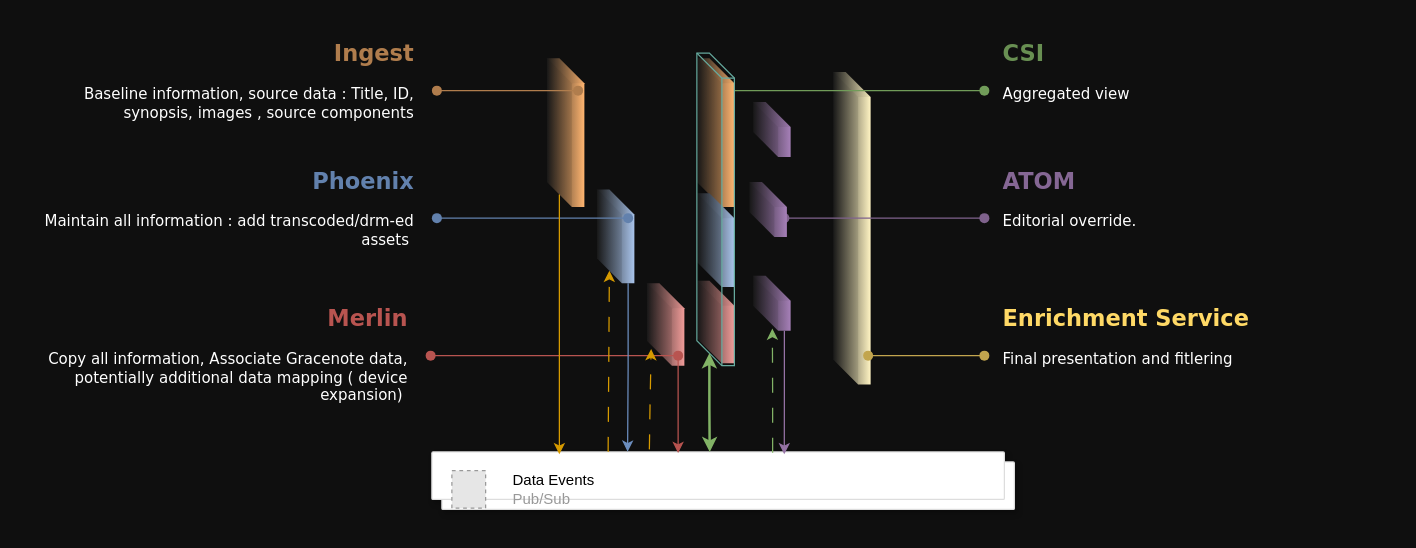
This is Proposed layers.drawio from puneet-johar-sky/draw-io-pj, a draw.io file, before an edit. Source tidied: cells renumbered, new cells numbered last; positions are measured from the earlier drawing's top-left corner, leaving out a move shared by most shapes. Both pictures are drawn from the tidied source at 125%, with x=0, y=0 at pixel (21, 34). Pictures stored in the file or linked from it are replaced by grey dashed boxes.
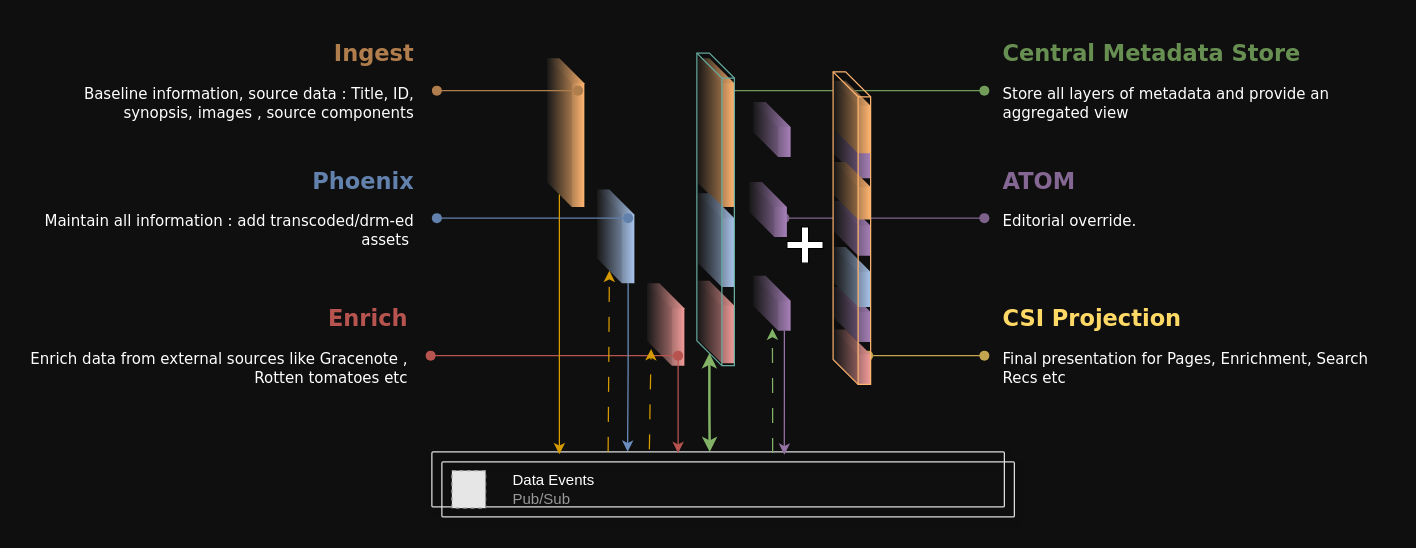
The same page after the edit.

Change to the diagram source:
```diff
@@
-    <mxCell id="6" style="shape=cube;whiteSpace=wrap;html=1;boundedLbl=1;backgroundOutline=1;darkOpacity=0.05;darkOpacity2=0.1;shadow=0;sketch=0;fontFamily=Verdana;fontSize=12;fontColor=#FFFFFF;strokeColor=none;strokeWidth=7;fillColor=#FFF4C3;gradientColor=#1A1A1A;gradientDirection=west;" parent="1" vertex="1">
-      <mxGeometry x="649" y="30" width="30" height="250" as="geometry" />
-    </mxCell>
@@
-    <mxCell id="19" value="&lt;h2&gt;&lt;font color=&quot;#688f52&quot;&gt;CSI&amp;nbsp;&lt;/font&gt;&lt;/h2&gt;&lt;div&gt;Aggregated view&amp;nbsp;&lt;/div&gt;" style="text;html=1;strokeColor=none;fillColor=none;spacing=5;spacingTop=-20;whiteSpace=wrap;overflow=hidden;rounded=0;shadow=0;sketch=0;fontFamily=Verdana;fontSize=12;fontColor=#FFFFFF;" parent="1" vertex="1">
+    <mxCell id="19" value="&lt;h2&gt;&lt;font color=&quot;#688f52&quot;&gt;Central Metadata Store&amp;nbsp;&lt;/font&gt;&lt;/h2&gt;&lt;div&gt;Store all layers of metadata and provide an aggregated view&amp;nbsp;&lt;/div&gt;" style="text;html=1;strokeColor=none;fillColor=none;spacing=5;spacingTop=-20;whiteSpace=wrap;overflow=hidden;rounded=0;shadow=0;sketch=0;fontFamily=Verdana;fontSize=12;fontColor=#FFFFFF;" parent="1" vertex="1">
       <mxGeometry x="780" width="319" height="90" as="geometry" />
     </mxCell>
@@
-    <mxCell id="21" value="&lt;h2&gt;&lt;font color=&quot;#ffd966&quot;&gt;Enrichment Service&lt;/font&gt;&lt;/h2&gt;&lt;p&gt;Final presentation and fitlering&amp;nbsp;&lt;/p&gt;" style="text;html=1;strokeColor=none;fillColor=none;spacing=5;spacingTop=-20;whiteSpace=wrap;overflow=hidden;rounded=0;shadow=0;sketch=0;fontFamily=Verdana;fontSize=12;fontColor=#FFFFFF;" parent="1" vertex="1">
+    <mxCell id="21" value="&lt;h2&gt;&lt;font color=&quot;#ffd966&quot;&gt;CSI Projection&lt;/font&gt;&lt;/h2&gt;&lt;p&gt;Final presentation for Pages, Enrichment, Search Recs etc&lt;/p&gt;" style="text;html=1;strokeColor=none;fillColor=none;spacing=5;spacingTop=-20;whiteSpace=wrap;overflow=hidden;rounded=0;shadow=0;sketch=0;fontFamily=Verdana;fontSize=12;fontColor=#FFFFFF;" parent="1" vertex="1">
       <mxGeometry x="780" y="212" width="313" height="90" as="geometry" />
     </mxCell>
@@
-    <mxCell id="28" value="&lt;h2&gt;&lt;font color=&quot;#b85450&quot;&gt;Merlin&lt;/font&gt;&lt;/h2&gt;&lt;p&gt;Copy all information, Associate Gracenote data, potentially additional data mapping ( device expansion)&amp;nbsp;&lt;/p&gt;" style="text;html=1;strokeColor=none;fillColor=none;spacing=5;spacingTop=-20;whiteSpace=wrap;overflow=hidden;rounded=0;shadow=0;sketch=0;fontFamily=Verdana;fontSize=12;fontColor=#FFFFFF;align=right;" parent="1" vertex="1">
+    <mxCell id="28" value="&lt;h2&gt;&lt;font color=&quot;#b85450&quot;&gt;Enrich&lt;/font&gt;&lt;/h2&gt;&lt;p&gt;Enrich data from external sources like Gracenote , Rotten tomatoes etc&lt;/p&gt;" style="text;html=1;strokeColor=none;fillColor=none;spacing=5;spacingTop=-20;whiteSpace=wrap;overflow=hidden;rounded=0;shadow=0;sketch=0;fontFamily=Verdana;fontSize=12;fontColor=#FFFFFF;align=right;" parent="1" vertex="1">
       <mxGeometry y="212" width="314" height="90" as="geometry" />
     </mxCell>
@@
-    <mxCell id="37" style="shape=mxgraph.gcp2.doubleRect;strokeColor=#dddddd;shadow=1;strokeWidth=1;rounded=1;absoluteArcSize=1;arcSize=2;" parent="1" vertex="1">
-      <mxGeometry x="328" y="334" width="466" height="46" as="geometry" />
+    <mxCell id="37" style="shape=mxgraph.gcp2.doubleRect;strokeColor=#dddddd;shadow=1;strokeWidth=1;rounded=1;absoluteArcSize=1;arcSize=2;fillStyle=solid;fillColor=none;" parent="1" vertex="1">
+      <mxGeometry x="328" y="334" width="466" height="52" as="geometry" />
     </mxCell>
-    <mxCell id="38" value="&lt;font color=&quot;#000000&quot;&gt;Data Events&lt;/font&gt;&lt;br&gt;Pub/Sub" style="fillColor=#E6E6E6;strokeColor=#999999;dashed=1;html=1;fontColor=#999999;verticalLabelPosition=middle;verticalAlign=middle;labelPosition=right;align=left;spacingLeft=20;" parent="37" vertex="1">
+    <mxCell id="38" value="&lt;font color=&quot;#ffffff&quot;&gt;Data Events&lt;/font&gt;&lt;br&gt;Pub/Sub" style="fillColor=#E6E6E6;strokeColor=#999999;dashed=1;html=1;fontColor=#999999;verticalLabelPosition=middle;verticalAlign=middle;labelPosition=right;align=left;spacingLeft=20;" parent="37" vertex="1">
       <mxGeometry width="27" height="30" relative="1" as="geometry">
         <mxPoint x="16" y="15" as="offset" />
       </mxGeometry>
     </mxCell>
@@
+    <mxCell id="49" style="shape=cube;whiteSpace=wrap;html=1;boundedLbl=1;backgroundOutline=1;darkOpacity=0.05;darkOpacity2=0.1;shadow=0;sketch=0;fontFamily=Verdana;fontSize=12;fontColor=#FFFFFF;strokeColor=none;strokeWidth=7;fillColor=#A680B8;gradientColor=#1A1A1A;gradientDirection=west;" parent="1" vertex="1">
+      <mxGeometry x="649" y="71" width="30" height="44" as="geometry" />
+    </mxCell>
+    <mxCell id="50" style="shape=cube;whiteSpace=wrap;html=1;boundedLbl=1;backgroundOutline=1;darkOpacity=0.05;darkOpacity2=0.1;shadow=0;sketch=0;fontFamily=Verdana;fontSize=12;fontColor=#FFFFFF;strokeColor=none;strokeWidth=7;fillColor=#A680B8;gradientColor=#1A1A1A;gradientDirection=west;" parent="1" vertex="1">
+      <mxGeometry x="649" y="133" width="30" height="44" as="geometry" />
+    </mxCell>
+    <mxCell id="51" style="shape=cube;whiteSpace=wrap;html=1;boundedLbl=1;backgroundOutline=1;darkOpacity=0.05;darkOpacity2=0.1;shadow=0;sketch=0;fontFamily=Verdana;fontSize=12;fontColor=#FFFFFF;strokeColor=none;strokeWidth=7;fillColor=#A680B8;gradientColor=#1A1A1A;gradientDirection=west;" parent="1" vertex="1">
+      <mxGeometry x="649" y="202" width="30" height="44" as="geometry" />
+    </mxCell>
+    <mxCell id="52" style="shape=cube;whiteSpace=wrap;html=1;boundedLbl=1;backgroundOutline=1;darkOpacity=0.05;darkOpacity2=0.1;shadow=0;sketch=0;fontFamily=Verdana;fontSize=12;fontColor=#FFFFFF;strokeColor=none;strokeWidth=7;fillColor=#FFB570;gradientColor=#1A1A1A;gradientDirection=west;" parent="1" vertex="1">
+      <mxGeometry x="649" y="37" width="30" height="58" as="geometry" />
+    </mxCell>
+    <mxCell id="53" style="shape=cube;whiteSpace=wrap;html=1;boundedLbl=1;backgroundOutline=1;darkOpacity=0.05;darkOpacity2=0.1;shadow=0;sketch=0;fontFamily=Verdana;fontSize=12;fontColor=#FFFFFF;strokeColor=none;strokeWidth=7;fillColor=#FFB570;gradientColor=#1A1A1A;gradientDirection=west;" parent="1" vertex="1">
+      <mxGeometry x="649" y="102" width="30" height="46" as="geometry" />
+    </mxCell>
+    <mxCell id="54" style="shape=cube;whiteSpace=wrap;html=1;boundedLbl=1;backgroundOutline=1;darkOpacity=0.05;darkOpacity2=0.1;shadow=0;sketch=0;fontFamily=Verdana;fontSize=12;fontColor=#FFFFFF;strokeColor=none;strokeWidth=7;fillColor=#A9C4EB;gradientColor=#1A1A1A;gradientDirection=west;" parent="1" vertex="1">
+      <mxGeometry x="649" y="170" width="30" height="48" as="geometry" />
+    </mxCell>
+    <mxCell id="55" style="shape=cube;whiteSpace=wrap;html=1;boundedLbl=1;backgroundOutline=1;darkOpacity=0.05;darkOpacity2=0.1;shadow=0;sketch=0;fontFamily=Verdana;fontSize=12;fontColor=#FFFFFF;strokeColor=none;strokeWidth=7;fillColor=#F19C99;gradientColor=#1A1A1A;gradientDirection=west;" parent="1" vertex="1">
+      <mxGeometry x="649" y="236" width="30" height="44" as="geometry" />
+    </mxCell>
+    <mxCell id="6" style="shape=cube;whiteSpace=wrap;html=1;boundedLbl=1;backgroundOutline=1;darkOpacity=0.05;darkOpacity2=0.1;shadow=0;sketch=0;fontFamily=Verdana;fontSize=12;fontColor=#FFFFFF;strokeColor=#FFB570;strokeWidth=1;fillColor=none;gradientColor=#1A1A1A;gradientDirection=west;" parent="1" vertex="1">
+      <mxGeometry x="649" y="30" width="30" height="250" as="geometry" />
+    </mxCell>
+    <mxCell id="56" style="shape=cross;whiteSpace=wrap;html=1;" parent="1" vertex="1">
+      <mxGeometry x="612" y="154" width="29" height="29" as="geometry" />
+    </mxCell>
```
